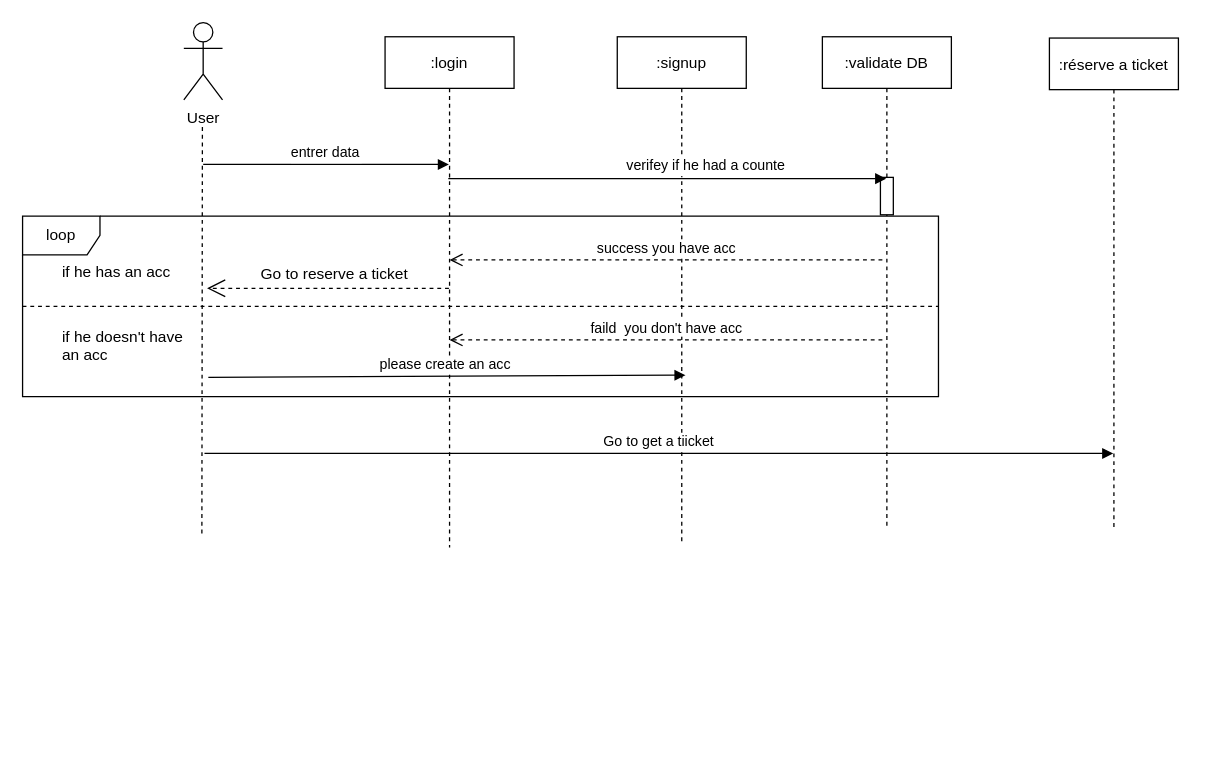
This is UML/sequence_user.drawio from ASMAEELKHIRAOUI/FIFA-WC-QATAR22, a draw.io file, before an edit. Source tidied: cells renumbered, new cells numbered last; positions are measured from the earlier drawing's top-left corner, leaving out a move shared by most shapes. Both pictures are drawn from the tidied source at 129%, with x=0, y=0 at pixel (22, 22).
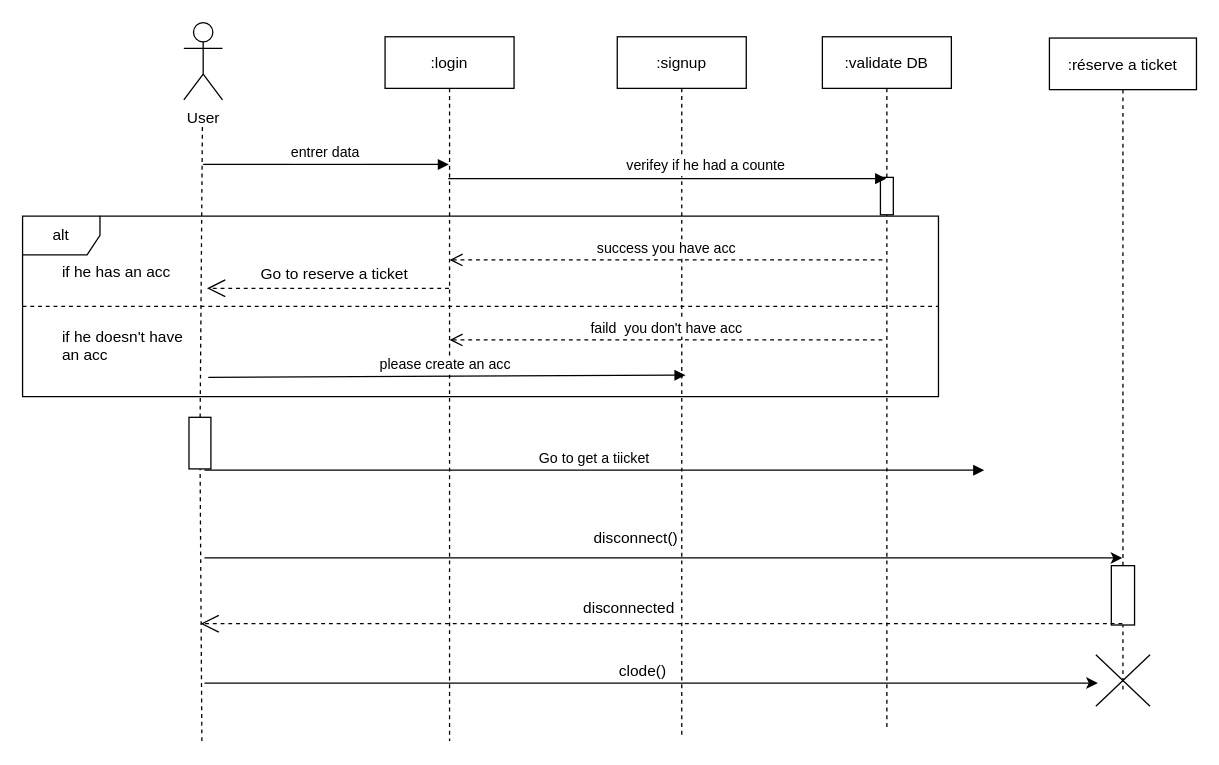
After the change.

Change to the diagram source:
```diff
@@
     <mxCell id="2" value=":login" style="shape=umlLifeline;perimeter=lifelinePerimeter;rounded=0;shadow=0;strokeWidth=1;" parent="1" vertex="1">
-      <mxGeometry x="281" y="11" width="100" height="396" as="geometry" />
+      <mxGeometry x="281" y="11" width="100" height="546" as="geometry" />
     </mxCell>
     <mxCell id="3" value=":signup" style="shape=umlLifeline;perimeter=lifelinePerimeter;rounded=0;shadow=0;strokeWidth=1;" parent="1" vertex="1">
-      <mxGeometry x="461" y="11" width="100" height="391" as="geometry" />
+      <mxGeometry x="461" y="11" width="100" height="544" as="geometry" />
     </mxCell>
+    <mxCell id="21" style="endArrow=classic;html=1;" parent="3" edge="1" target="8">
+      <mxGeometry relative="1" as="geometry">
+        <mxPoint x="-320" y="404" as="sourcePoint" />
+      </mxGeometry>
+    </mxCell>
@@
     <mxCell id="5" value=":validate DB" style="shape=umlLifeline;perimeter=lifelinePerimeter;rounded=0;shadow=0;strokeWidth=1;" parent="1" vertex="1">
-      <mxGeometry x="620" y="11" width="100" height="380" as="geometry" />
+      <mxGeometry x="620" y="11" width="100" height="537" as="geometry" />
     </mxCell>
@@
     <mxCell id="8" value=":réserve a ticket" style="shape=umlLifeline;perimeter=lifelinePerimeter;rounded=0;shadow=0;strokeWidth=1;" parent="1" vertex="1">
-      <mxGeometry x="796" y="12" width="100" height="380" as="geometry" />
+      <mxGeometry x="796" y="12" width="114" height="505" as="geometry" />
     </mxCell>
+    <mxCell id="22" style="rounded=0;whiteSpace=wrap;html=1;" parent="8" vertex="1">
+      <mxGeometry x="48" y="409" width="18" height="46" as="geometry" />
+    </mxCell>
-    <mxCell id="9" style="endArrow=none;html=1;rounded=0;dashed=1;" parent="1" edge="1">
+    <mxCell id="9" style="endArrow=none;html=1;rounded=0;dashed=1;startArrow=none;" parent="1" edge="1" source="23">
       <mxGeometry relative="1" as="geometry">
-        <mxPoint x="139" y="396" as="sourcePoint" />
         <mxPoint x="139.4" y="80" as="targetPoint" />
       </mxGeometry>
     </mxCell>
@@
-    <mxCell id="11" value="loop" style="shape=umlFrame;whiteSpace=wrap;html=1;gradientColor=none;fillColor=default;swimlaneFillColor=none;" parent="1" vertex="1">
+    <mxCell id="11" value="alt" style="shape=umlFrame;whiteSpace=wrap;html=1;gradientColor=none;fillColor=default;swimlaneFillColor=none;" parent="1" vertex="1">
       <mxGeometry y="150" width="710" height="140" as="geometry" />
     </mxCell>
@@
-    <mxCell id="20" value="Go to get a tiicket" style="html=1;verticalAlign=bottom;endArrow=block;rounded=0;" parent="1" edge="1" target="8">
+    <mxCell id="20" value="Go to get a tiicket" style="html=1;verticalAlign=bottom;endArrow=block;rounded=0;" parent="1" edge="1">
       <mxGeometry relative="1" as="geometry">
-        <mxPoint x="141" y="334" as="sourcePoint" />
+        <mxPoint x="141" y="347" as="sourcePoint" />
+        <mxPoint x="745.5" y="347" as="targetPoint" />
       </mxGeometry>
     </mxCell>
+    <mxCell id="23" style="rounded=0;whiteSpace=wrap;html=1;" parent="1" vertex="1">
+      <mxGeometry x="129" y="306" width="17" height="40" as="geometry" />
+    </mxCell>
+    <mxCell id="24" style="endArrow=none;html=1;rounded=0;dashed=1;" parent="1" edge="1" target="23">
+      <mxGeometry relative="1" as="geometry">
+        <mxPoint x="139" y="557" as="sourcePoint" />
+      </mxGeometry>
+    </mxCell>
+    <mxCell id="25" value="disconnect()" style="text;strokeColor=none;fillColor=none;align=left;verticalAlign=middle;spacingLeft=4;spacingRight=4;overflow=hidden;" parent="1" vertex="1">
+      <mxGeometry x="437" y="384" width="80" height="30" as="geometry" />
+    </mxCell>
+    <mxCell id="26" value="disconnected" style="text;strokeColor=none;fillColor=none;spacingLeft=4;spacingRight=4;overflow=hidden;fontSize=12;dashed=1;" parent="1" vertex="1">
+      <mxGeometry x="429" y="440" width="127" height="30" as="geometry" />
+    </mxCell>
+    <mxCell id="27" style="endArrow=open;endFill=1;endSize=12;html=1;rounded=0;dashed=1;" parent="1" edge="1" source="8">
+      <mxGeometry relative="1" as="geometry">
+        <mxPoint x="138" y="466" as="targetPoint" />
+      </mxGeometry>
+    </mxCell>
+    <mxCell id="28" style="endArrow=none;html=1;" parent="1" edge="1">
+      <mxGeometry relative="1" as="geometry">
+        <mxPoint x="832" y="530" as="sourcePoint" />
+        <mxPoint x="874" y="490" as="targetPoint" />
+      </mxGeometry>
+    </mxCell>
+    <mxCell id="29" style="endArrow=none;html=1;" parent="1" edge="1">
+      <mxGeometry relative="1" as="geometry">
+        <mxPoint x="832" y="490" as="sourcePoint" />
+        <mxPoint x="874" y="530" as="targetPoint" />
+      </mxGeometry>
+    </mxCell>
+    <mxCell id="30" style="endArrow=classic;html=1;" parent="1" edge="1">
+      <mxGeometry relative="1" as="geometry">
+        <mxPoint x="141" y="512" as="sourcePoint" />
+        <mxPoint x="833.5" y="512" as="targetPoint" />
+      </mxGeometry>
+    </mxCell>
+    <mxCell id="31" value="clode()" style="text;html=1;strokeColor=none;fillColor=none;align=center;verticalAlign=middle;whiteSpace=wrap;rounded=0;" parent="1" vertex="1">
+      <mxGeometry x="451" y="488" width="60" height="30" as="geometry" />
+    </mxCell>
```
